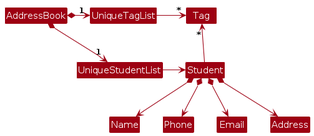
Earlier version of the PlantUML export diagrams/BetterModelClassDiagram.png (Soumyadip-cmd/tp). Its source is kept beside it as diagrams/BetterModelClassDiagram.puml.
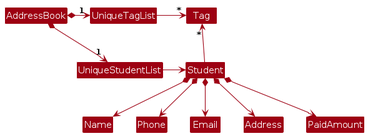
After the change.

Diff of the diagram source:
```diff
@@ -18,4 +18,5 @@
 Student *--> Phone
 Student *--> Email
 Student *--> Address
+Student *--> PaidAmount
 @enduml
```
